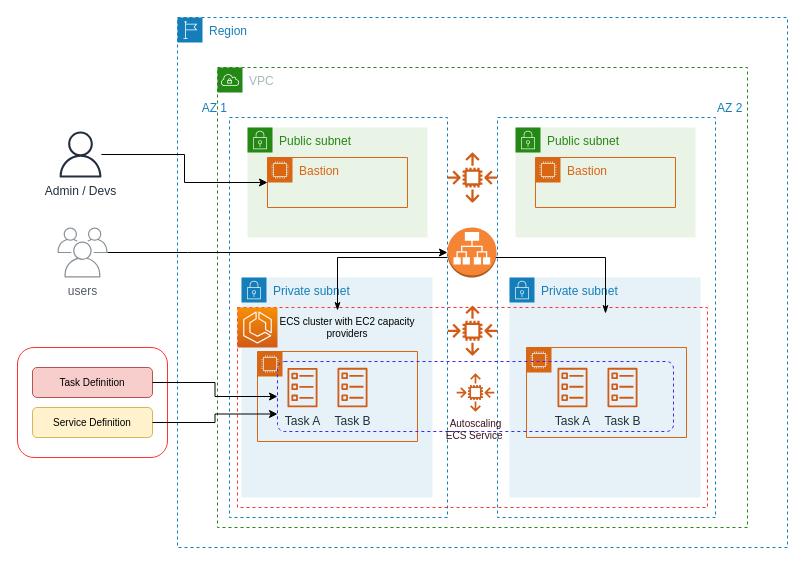
The draw.io diagram page "L2 Infrastructure Design - Prod" (5 of 7) of Untitled Diagram.drawio in senthilsource/multi-docker, before the edit. Source tidied: cells renumbered, new cells numbered last; positions are measured from the earlier drawing's top-left corner, leaving out a move shared by most shapes. Both pictures are drawn from the tidied source at 100%, with x=0, y=0 at pixel (17, 17).
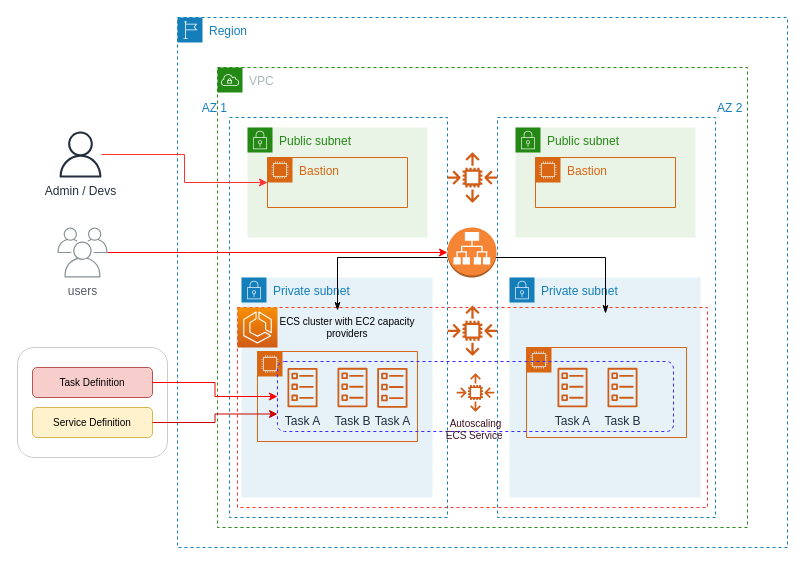
The same page after the edit.

Unchanged cells that the change refers to:
```xml
<mxCell id="9" value="Bastion" style="points=[[0,0],[0.25,0],[0.5,0],[0.75,0],[1,0],[1,0.25],[1,0.5],[1,0.75],[1,1],[0.75,1],[0.5,1],[0.25,1],[0,1],[0,0.75],[0,0.5],[0,0.25]];outlineConnect=0;gradientColor=none;html=1;whiteSpace=wrap;fontSize=12;fontStyle=0;shape=mxgraph.aws4.group;grIcon=mxgraph.aws4.group_ec2_instance_contents;strokeColor=#D86613;fillColor=none;verticalAlign=top;align=left;spacingLeft=30;fontColor=#D86613;dashed=0;dashPattern=1 1;" parent="1" vertex="1">
  <mxGeometry x="250" y="140" width="140" height="50" as="geometry" />
</mxCell>
<mxCell id="13" value="users" style="outlineConnect=0;gradientColor=none;fontColor=#545B64;strokeColor=none;fillColor=#879196;dashed=0;verticalLabelPosition=bottom;verticalAlign=top;align=center;html=1;fontSize=12;fontStyle=0;shape=mxgraph.aws4.illustration_users;dashPattern=1 1;" parent="1" vertex="1">
  <mxGeometry x="40" y="210" width="50" height="50" as="geometry" />
</mxCell>
<mxCell id="20" style="outlineConnect=0;dashed=0;verticalLabelPosition=bottom;verticalAlign=top;align=center;html=1;shape=mxgraph.aws3.application_load_balancer;fillColor=#F58534;gradientColor=none;dashPattern=1 1;strokeWidth=2;fontSize=14;" parent="1" vertex="1">
  <mxGeometry x="430" y="210" width="49" height="50" as="geometry" />
</mxCell>
<mxCell id="29" style="group;" parent="1" vertex="1">
  <mxGeometry y="330" width="150" height="110" as="geometry" />
</mxCell>
<mxCell id="31" value="Service Definition" style="rounded=1;whiteSpace=wrap;html=1;fontSize=10;strokeColor=#d6b656;fillColor=#fff2cc;" parent="29" vertex="1">
  <mxGeometry x="15" y="60" width="120" height="30" as="geometry" />
</mxCell>
<mxCell id="32" value="Task Definition" style="rounded=1;whiteSpace=wrap;html=1;fontSize=10;strokeColor=#b85450;fillColor=#f8cecc;" parent="29" vertex="1">
  <mxGeometry x="15" y="20" width="120" height="30" as="geometry" />
</mxCell>
<mxCell id="35" style="rounded=1;fillColor=none;gradientColor=none;arcSize=10;dashed=1;fontSize=10;strokeColor=#3C26FF;" parent="1" vertex="1">
  <mxGeometry x="260" y="344" width="396" height="70" as="geometry" />
</mxCell>
<mxCell id="38" value="Admin / Devs" style="outlineConnect=0;fontColor=#232F3E;gradientColor=none;fillColor=#232F3E;strokeColor=none;dashed=0;verticalLabelPosition=bottom;verticalAlign=top;align=center;html=1;fontSize=12;fontStyle=0;shape=mxgraph.aws4.user;" parent="1" vertex="1">
  <mxGeometry x="40" y="114" width="46" height="46" as="geometry" />
</mxCell>
```

Diff of the diagram source:
```diff
@@
-    <mxCell id="12" style="edgeStyle=orthogonalEdgeStyle;rounded=0;jettySize=auto;html=1;fontSize=10;fontColor=#3E111F;" parent="1" edge="1" source="13" target="20">
+    <mxCell id="12" style="edgeStyle=orthogonalEdgeStyle;rounded=0;jettySize=auto;html=1;fontSize=10;fontColor=#3E111F;strokeColor=#FF0000;" parent="1" edge="1" source="13" target="20">
       <mxGeometry relative="1" as="geometry">
         <Array as="points">
           <mxPoint x="170" y="235" />
           <mxPoint x="170" y="235" />
         </Array>
       </mxGeometry>
     </mxCell>
@@
-    <mxCell id="30" style="rounded=1;whiteSpace=wrap;html=1;fontSize=10;strokeColor=#FF3333;" parent="29" vertex="1">
+    <mxCell id="30" style="rounded=1;whiteSpace=wrap;html=1;fontSize=10;strokeColor=#CCCCCC;" parent="29" vertex="1">
       <mxGeometry width="150" height="110" as="geometry" />
     </mxCell>
@@
-    <mxCell id="33" style="edgeStyle=orthogonalEdgeStyle;rounded=0;jettySize=auto;html=1;fontSize=10;" parent="1" edge="1" source="32" target="35">
+    <mxCell id="33" style="edgeStyle=orthogonalEdgeStyle;rounded=0;jettySize=auto;html=1;fontSize=10;strokeColor=#FF0000;" parent="1" edge="1" source="32" target="35">
       <mxGeometry relative="1" as="geometry" />
     </mxCell>
-    <mxCell id="34" style="edgeStyle=orthogonalEdgeStyle;rounded=0;jettySize=auto;html=1;fontSize=10;entryX=0;entryY=0.75;entryDx=0;entryDy=0;" parent="1" edge="1" source="31" target="35">
+    <mxCell id="34" style="edgeStyle=orthogonalEdgeStyle;rounded=0;jettySize=auto;html=1;fontSize=10;entryX=0;entryY=0.75;entryDx=0;entryDy=0;strokeColor=#CC0000;" parent="1" edge="1" source="31" target="35">
       <mxGeometry relative="1" as="geometry" />
     </mxCell>
@@
-    <mxCell id="37" style="edgeStyle=orthogonalEdgeStyle;rounded=0;jettySize=auto;html=1;fontSize=10;fontColor=#3E111F;" parent="1" edge="1" source="38" target="9">
+    <mxCell id="37" style="edgeStyle=orthogonalEdgeStyle;rounded=0;jettySize=auto;html=1;fontSize=10;fontColor=#3E111F;strokeColor=#FF3333;" parent="1" edge="1" source="38" target="9">
       <mxGeometry relative="1" as="geometry" />
     </mxCell>
@@
+    <mxCell id="39" value="Task A" style="fontColor=#232F3E;gradientColor=none;fillColor=#D05C17;strokeColor=none;dashed=0;verticalLabelPosition=bottom;verticalAlign=top;align=center;html=1;fontSize=12;fontStyle=0;shape=mxgraph.aws4.ecs_task;" parent="1" vertex="1">
+      <mxGeometry x="359.7" y="350.3" width="30.3" height="40" as="geometry" />
+    </mxCell>
```
